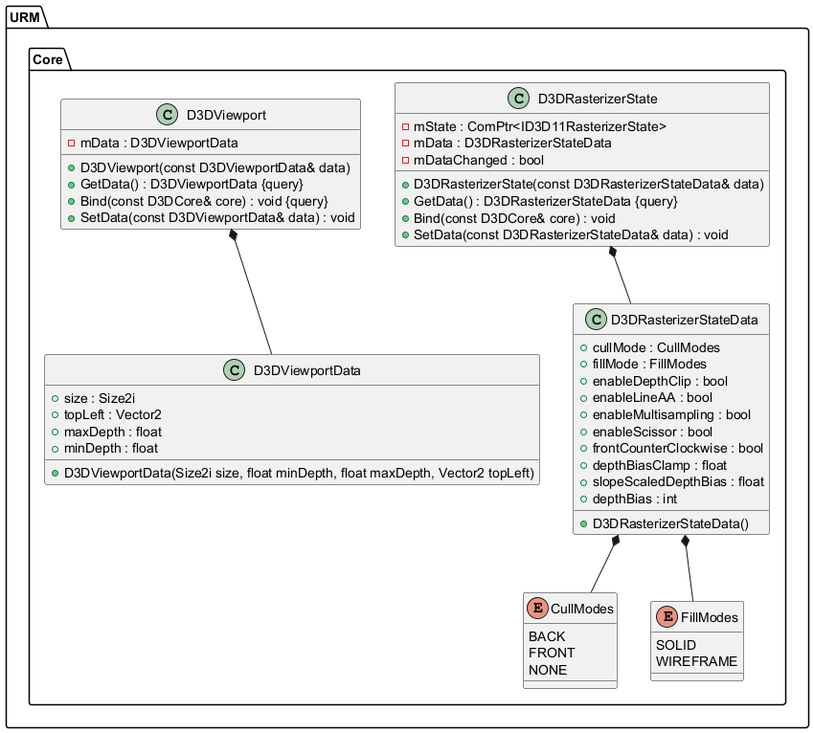
Before: Latex/images/UML/d3dutils.png, a diagram exported from PlantUML (MinikPLayer/MasterThesis_UniversalRenderingModule_D3D11).
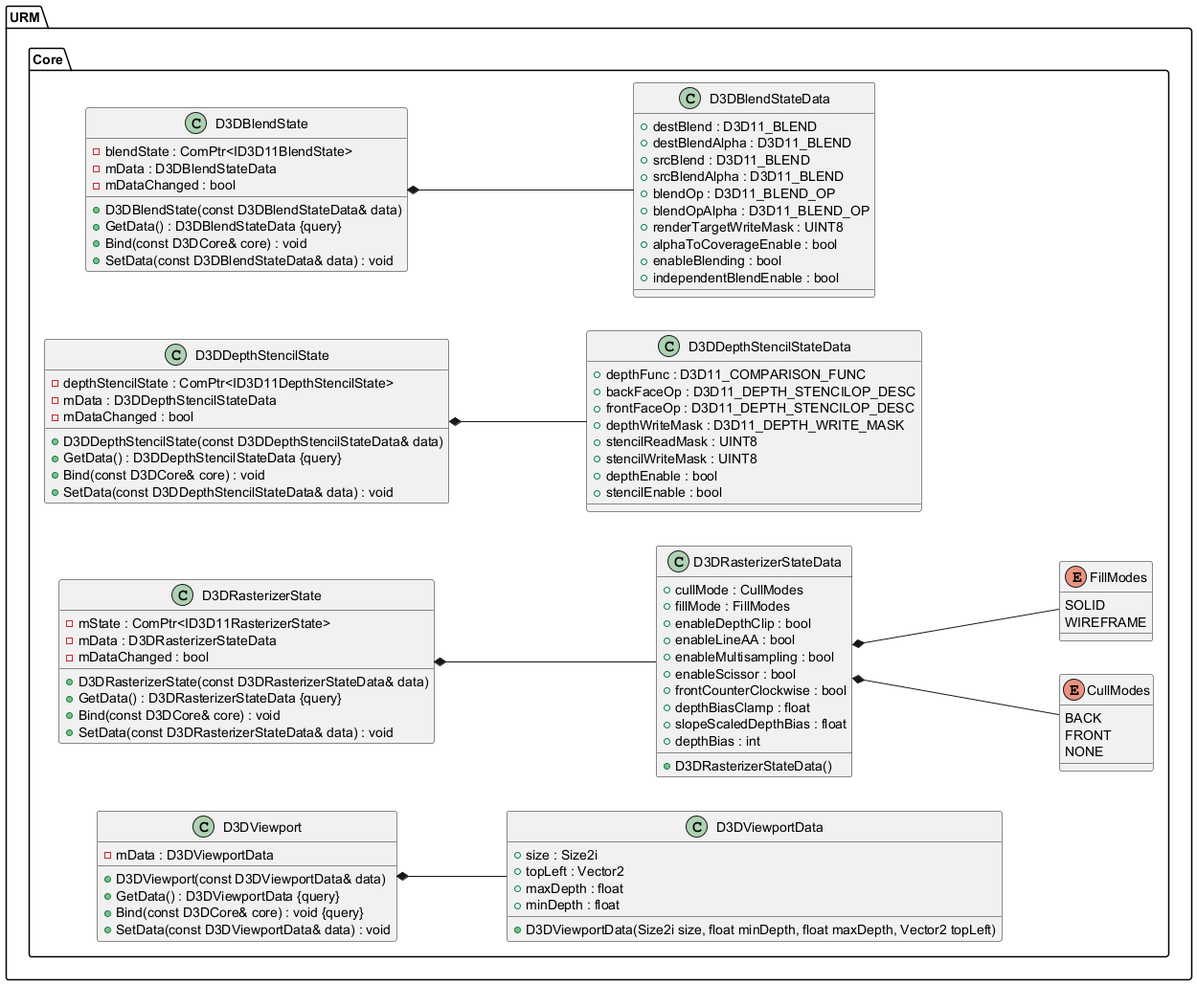
Later version of the same file.

Change to the diagram source:
```diff
@@ -1,5 +1,5 @@
 @startuml
-top to bottom direction
+left to right direction
 
 
 
@@ -8,6 +8,26 @@
 
 namespace URM {
 	namespace Core {
+		class D3DBlendState {
+			+D3DBlendState(const D3DBlendStateData& data)
+			-blendState : ComPtr<ID3D11BlendState>
+			+GetData() : D3DBlendStateData {query}
+			-mData : D3DBlendStateData
+			-mDataChanged : bool
+			+Bind(const D3DCore& core) : void
+			+SetData(const D3DBlendStateData& data) : void
+		}
+
+		class D3DDepthStencilState {
+			+D3DDepthStencilState(const D3DDepthStencilStateData& data)
+			-depthStencilState : ComPtr<ID3D11DepthStencilState>
+			+GetData() : D3DDepthStencilStateData {query}
+			-mData : D3DDepthStencilStateData
+			-mDataChanged : bool
+			+Bind(const D3DCore& core) : void
+			+SetData(const D3DDepthStencilStateData& data) : void
+		}
+
 		class D3DRasterizerState {
 			+D3DRasterizerState(const D3DRasterizerStateData& data)
 			-mState : ComPtr<ID3D11RasterizerState>
@@ -35,6 +55,30 @@
 		enum FillModes {
 			SOLID
 			WIREFRAME
+		}
+
+		class D3DBlendStateData {
+			+destBlend : D3D11_BLEND
+			+destBlendAlpha : D3D11_BLEND
+			+srcBlend : D3D11_BLEND
+			+srcBlendAlpha : D3D11_BLEND
+			+blendOp : D3D11_BLEND_OP
+			+blendOpAlpha : D3D11_BLEND_OP
+			+renderTargetWriteMask : UINT8
+			+alphaToCoverageEnable : bool
+			+enableBlending : bool
+			+independentBlendEnable : bool
+		}
+
+		class D3DDepthStencilStateData {
+			+depthFunc : D3D11_COMPARISON_FUNC
+			+backFaceOp : D3D11_DEPTH_STENCILOP_DESC
+			+frontFaceOp : D3D11_DEPTH_STENCILOP_DESC
+			+depthWriteMask : D3D11_DEPTH_WRITE_MASK
+			+stencilReadMask : UINT8
+			+stencilWriteMask : UINT8
+			+depthEnable : bool
+			+stencilEnable : bool
 		}
 
 		class D3DRasterizerStateData {
@@ -70,6 +114,12 @@
 
 
 
+URM.Core.D3DBlendState *-- URM.Core.D3DBlendStateData
+
+
+URM.Core.D3DDepthStencilState *-- URM.Core.D3DDepthStencilStateData
+
+
 URM.Core.D3DRasterizerState *-- URM.Core.D3DRasterizerStateData
 
 
@@ -87,6 +137,9 @@
 
 
 
+URM.Core.D3DDepthStencilStateData +-- URM.Core.D3DDepthStencilStateData.D3DDepthStencilState
+
+
 
 
 @enduml
```
